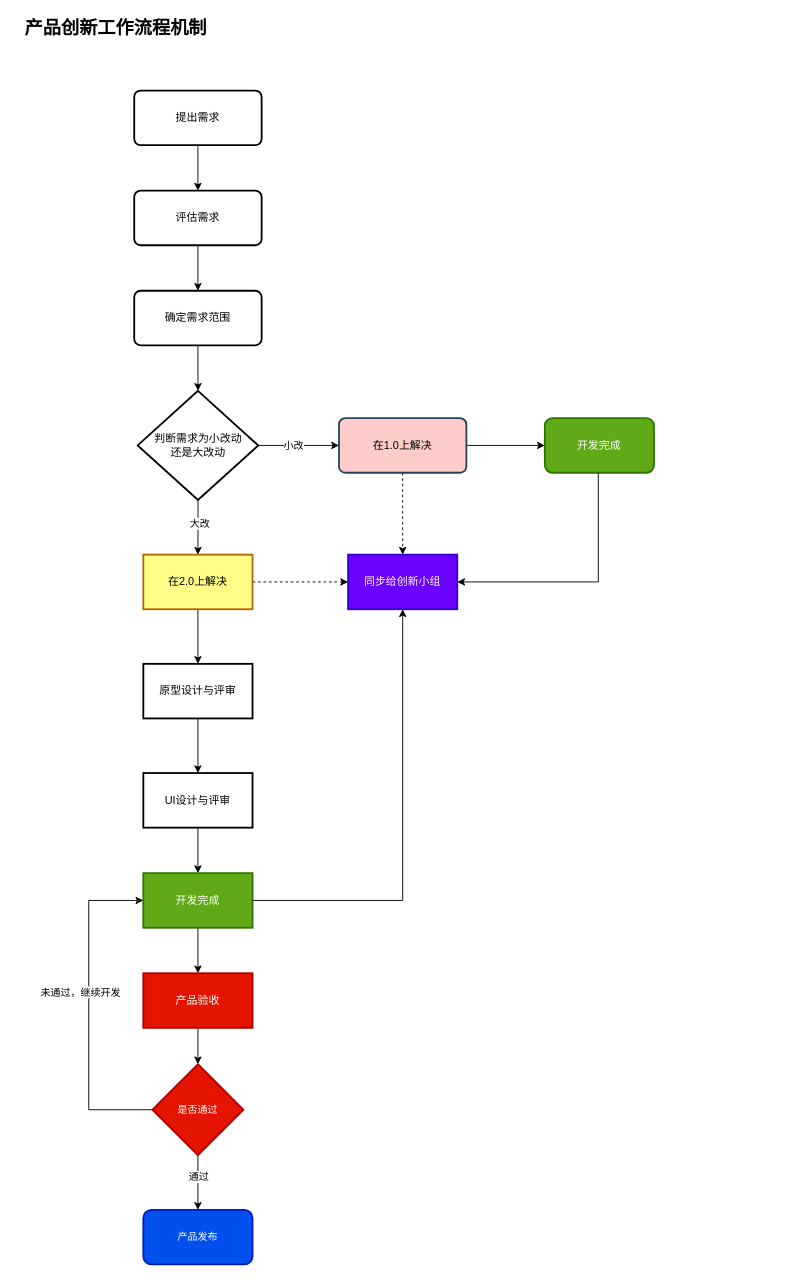
Before: page "产品创新流程" (4 of 4) of diagrams/里程.drawio in dengyulong/PublicStore, a draw.io diagram. Source tidied: cells renumbered, new cells numbered last; positions are measured from the earlier drawing's top-left corner, leaving out a move shared by most shapes. Both pictures are drawn from the tidied source at 91%, with x=0, y=0 at pixel (15, 17).
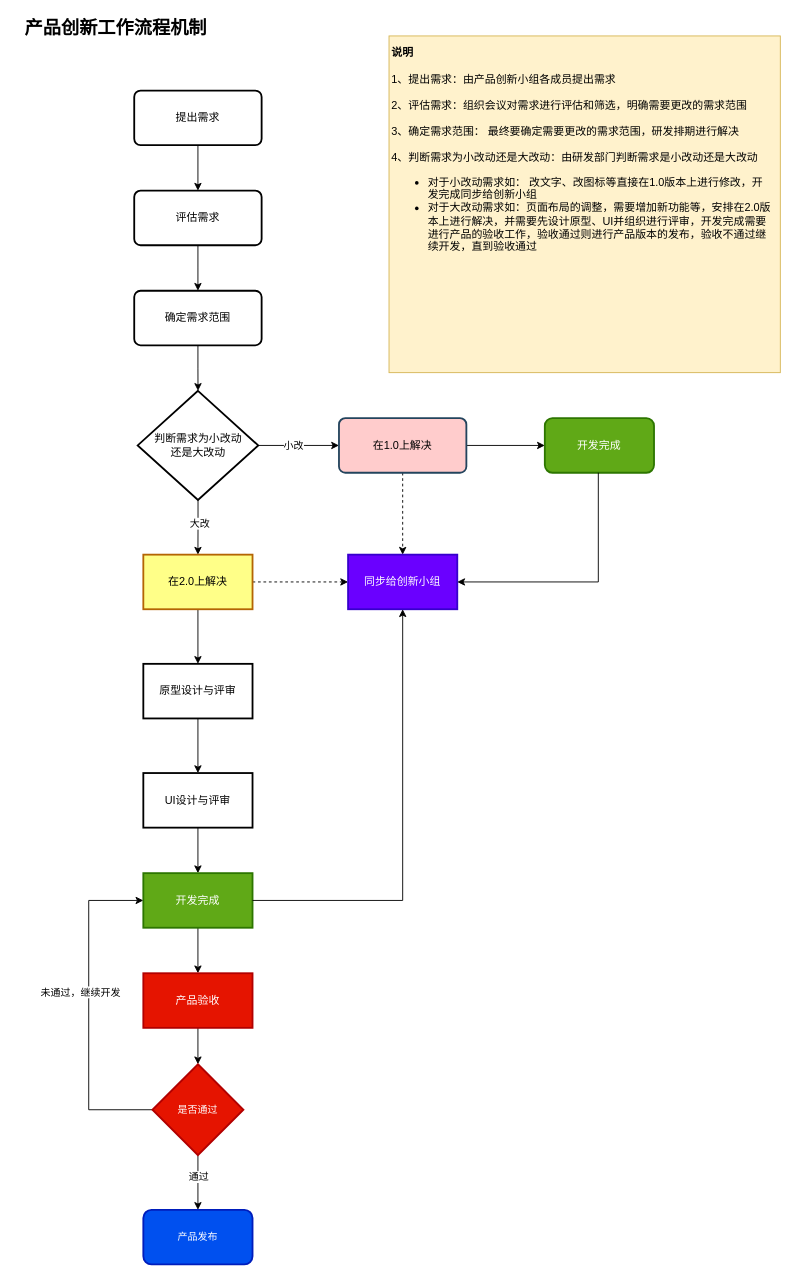
Above is the later version.

The edit, as a diff of the source:
```diff
@@
+    <mxCell id="38" style="rounded=0;whiteSpace=wrap;html=1;fillColor=#fff2cc;strokeColor=#d6b656;" parent="1" vertex="1">
+      <mxGeometry x="410" y="20" width="430" height="370" as="geometry" />
+    </mxCell>
+    <mxCell id="39" value="说明&lt;br&gt;&lt;br&gt;&lt;span style=&quot;font-weight: normal;&quot;&gt;1、提出需求：由产品创新小组各成员提出需求&lt;br&gt;&lt;br&gt;2、评估需求：组织会议对需求进行评估和筛选，明确需要更改的需求范围&lt;br&gt;&lt;br&gt;3、确定需求范围： 最终要确定需要更改的需求范围，研发排期进行解决&lt;br&gt;&lt;br&gt;4、判断需求为小改动还是大改动：由研发部门判断需求是小改动还是大改动&lt;br&gt;&lt;ul&gt;&lt;li&gt;&lt;span style=&quot;font-weight: normal;&quot;&gt;对于小改动需求如： 改文字、改图标等直接在1.0版本上进行修改，开发完成同步给创新小组&lt;/span&gt;&lt;/li&gt;&lt;li&gt;&lt;span style=&quot;font-weight: normal;&quot;&gt;对于大改动需求如：页面布局的调整，需要增加新功能等，安排在2.0版本上进行解决，并需要先设计原型、UI并组织进行评审，开发完成需要进行产品的验收工作，验收通过则进行产品版本的发布，验收不通过继续开发，直到验收通过&lt;br&gt;&lt;/span&gt;&lt;/li&gt;&lt;/ul&gt;&lt;/span&gt;" style="text;html=1;strokeColor=none;fillColor=none;align=left;verticalAlign=top;whiteSpace=wrap;rounded=0;fontStyle=1;" parent="1" vertex="1">
+      <mxGeometry x="411.2" y="25" width="418.8" height="245" as="geometry" />
+    </mxCell>
```
